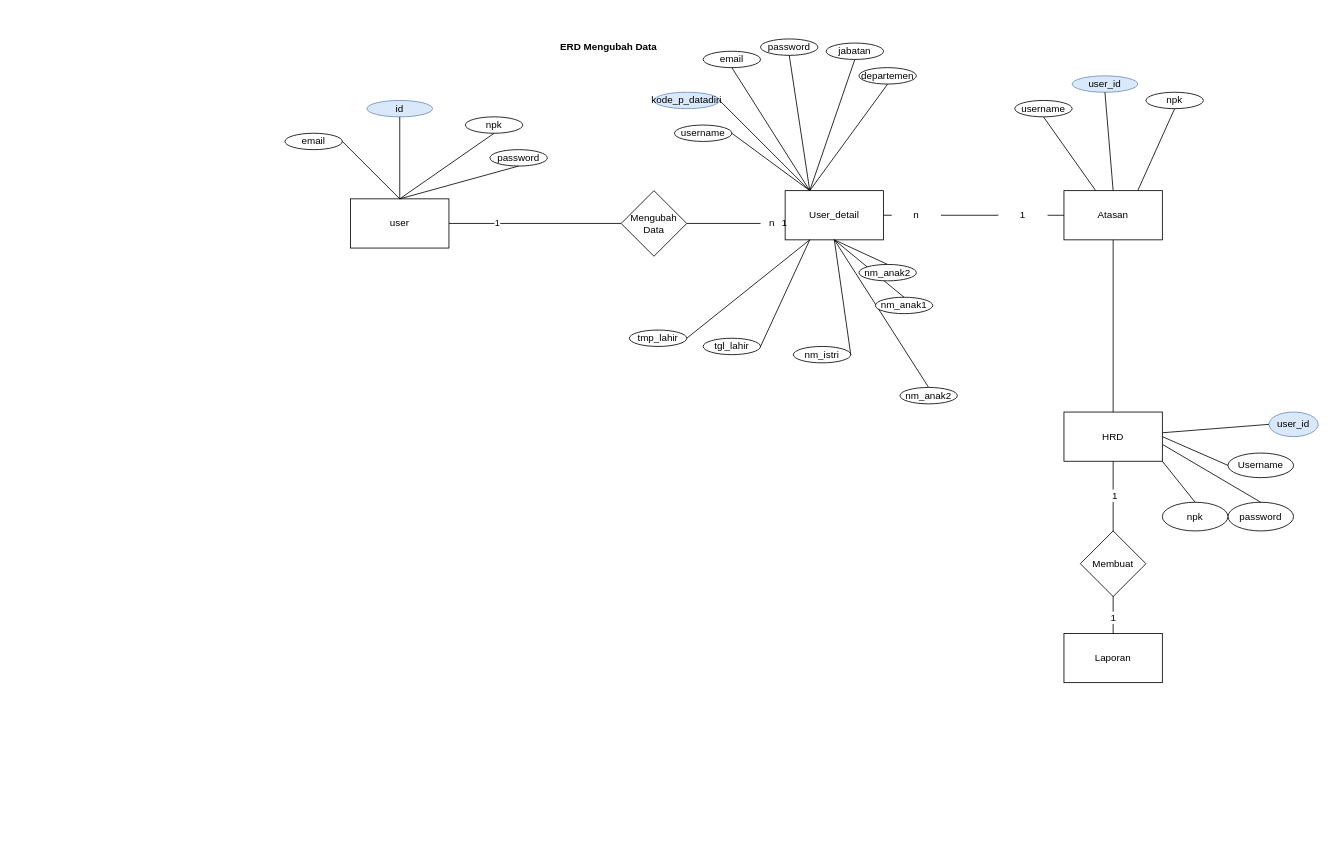
Earlier version of the draw.io diagram page "ERD" (2 of 6) of ERDS1AR/ERD S1AR.drawio (magang-aiia/ERD-Diagram). Source tidied: cells renumbered, new cells numbered last; positions are measured from the earlier drawing's top-left corner, leaving out a move shared by most shapes. Both pictures are drawn from the tidied source at 82%, with x=0, y=0 at pixel (285, 34).
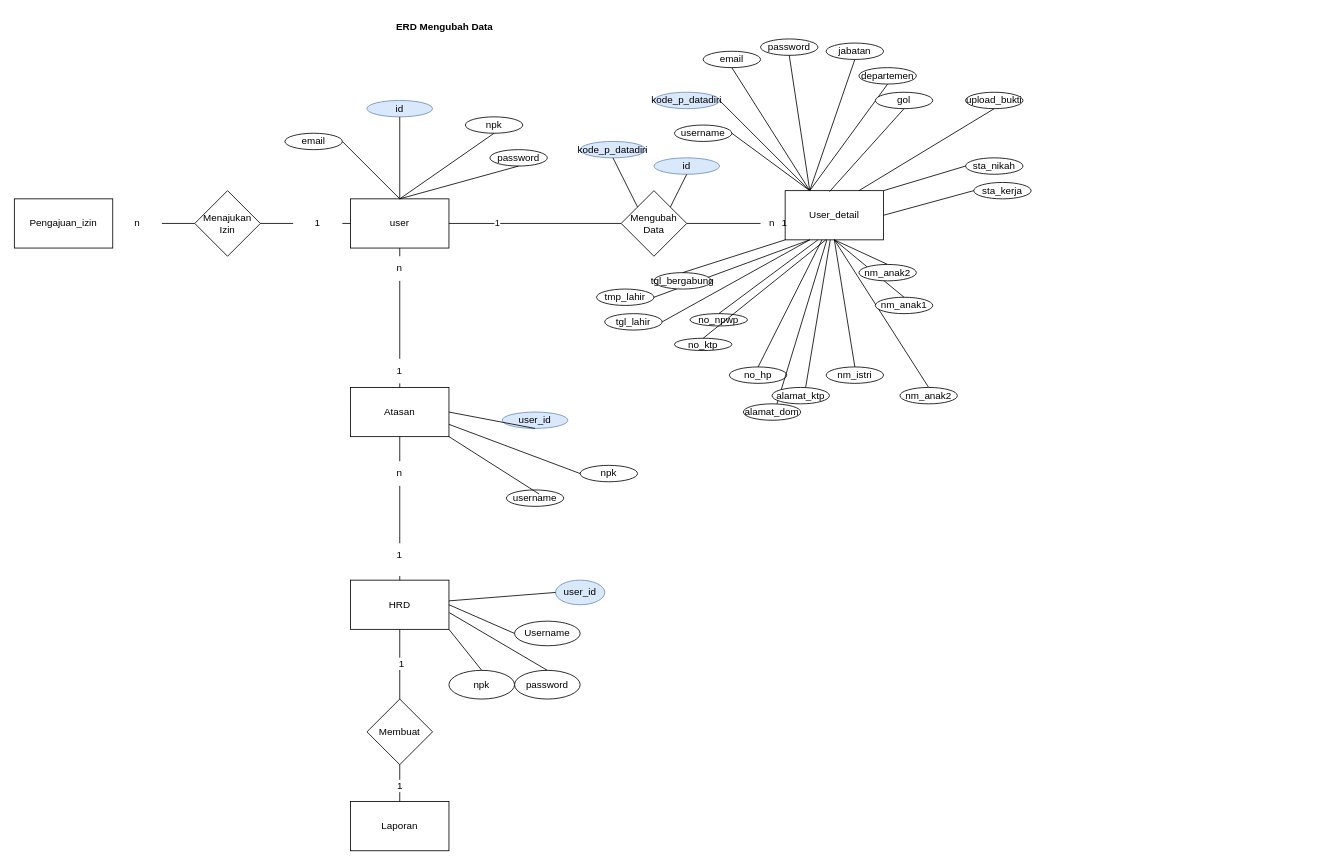
Above is the later version.

The change refers to these unchanged cells:
```xml
<mxCell id="2" value="User_detail" style="rounded=0;whiteSpace=wrap;html=1;" parent="1" vertex="1">
  <mxGeometry x="610" y="190" width="120" height="60" as="geometry" />
</mxCell>
<mxCell id="3" value="user" style="rounded=0;whiteSpace=wrap;html=1;" parent="1" vertex="1">
  <mxGeometry x="80" y="200" width="120" height="60" as="geometry" />
</mxCell>
<mxCell id="4" value="Mengubah Data" style="rhombus;whiteSpace=wrap;html=1;" parent="1" vertex="1">
  <mxGeometry x="410" y="190" width="80" height="80" as="geometry" />
</mxCell>
<mxCell id="47" style="endArrow=none;html=1;rounded=0;fontSize=12;entryX=0.5;entryY=1;entryDx=0;entryDy=0;" parent="1" edge="1" source="46" target="39">
  <mxGeometry relative="1" as="geometry" />
</mxCell>
```

The edit, as a diff of the source:
```diff
@@
     <mxCell id="25" value="nm_istri" style="ellipse;whiteSpace=wrap;html=1;" parent="1" vertex="1">
-      <mxGeometry x="620" y="380" width="70" height="20" as="geometry" />
+      <mxGeometry x="660" y="405" width="70" height="20" as="geometry" />
     </mxCell>
-    <mxCell id="26" style="endArrow=none;html=1;rounded=0;exitX=1;exitY=0.5;exitDx=0;exitDy=0;entryX=0.5;entryY=1;entryDx=0;entryDy=0;" parent="1" edge="1" source="25" target="2">
+    <mxCell id="26" style="endArrow=none;html=1;rounded=0;exitX=0.5;exitY=0;exitDx=0;exitDy=0;entryX=0.5;entryY=1;entryDx=0;entryDy=0;" parent="1" edge="1" source="25" target="2">
       <mxGeometry relative="1" as="geometry" />
     </mxCell>
     <mxCell id="27" value="tgl_lahir" style="ellipse;whiteSpace=wrap;html=1;" parent="1" vertex="1">
-      <mxGeometry x="510" y="370" width="70" height="20" as="geometry" />
+      <mxGeometry x="390" y="340" width="70" height="20" as="geometry" />
     </mxCell>
@@
     <mxCell id="29" value="tmp_lahir" style="ellipse;whiteSpace=wrap;html=1;" parent="1" vertex="1">
-      <mxGeometry x="420" y="360" width="70" height="20" as="geometry" />
+      <mxGeometry x="380" y="310" width="70" height="20" as="geometry" />
     </mxCell>
@@
+    <mxCell id="51" value="&lt;b&gt;ERD Mengubah Data&lt;/b&gt;" style="text;html=1;strokeColor=none;fillColor=none;align=center;verticalAlign=middle;whiteSpace=wrap;rounded=0;fontSize=12;" parent="1" vertex="1">
+      <mxGeometry x="110" y="-25" width="170" height="30" as="geometry" />
+    </mxCell>
+    <mxCell id="52" value="n" style="text;html=1;strokeColor=none;fillColor=none;align=center;verticalAlign=middle;whiteSpace=wrap;rounded=0;fontSize=12;" parent="1" vertex="1">
+      <mxGeometry x="564" y="215" width="60" height="30" as="geometry" />
+    </mxCell>
+    <mxCell id="64" value="password" style="ellipse;whiteSpace=wrap;html=1;" parent="1" vertex="1">
+      <mxGeometry x="250" y="140" width="70" height="20" as="geometry" />
+    </mxCell>
+    <mxCell id="65" style="endArrow=none;html=1;rounded=0;exitX=0.5;exitY=0;exitDx=0;exitDy=0;entryX=0.5;entryY=1;entryDx=0;entryDy=0;" parent="1" edge="1" source="3" target="64">
+      <mxGeometry relative="1" as="geometry" />
+    </mxCell>
+    <mxCell id="71" value="no_hp" style="ellipse;whiteSpace=wrap;html=1;" parent="1" vertex="1">
+      <mxGeometry x="542" y="405" width="70" height="20" as="geometry" />
+    </mxCell>
+    <mxCell id="72" style="endArrow=none;html=1;rounded=0;exitX=0.5;exitY=0;exitDx=0;exitDy=0;" parent="1" edge="1" source="71" target="2">
+      <mxGeometry relative="1" as="geometry" />
+    </mxCell>
+    <mxCell id="73" value="alamat_dom" style="ellipse;whiteSpace=wrap;html=1;" parent="1" vertex="1">
+      <mxGeometry x="559" y="450" width="70" height="20" as="geometry" />
+    </mxCell>
+    <mxCell id="74" style="endArrow=none;html=1;rounded=0;" parent="1" edge="1" target="2">
+      <mxGeometry relative="1" as="geometry">
+        <mxPoint x="600" y="450" as="sourcePoint" />
+      </mxGeometry>
+    </mxCell>
+    <mxCell id="75" value="alamat_ktp" style="ellipse;whiteSpace=wrap;html=1;" parent="1" vertex="1">
+      <mxGeometry x="594" y="430" width="70" height="20" as="geometry" />
+    </mxCell>
+    <mxCell id="76" style="endArrow=none;html=1;rounded=0;" parent="1" edge="1" target="2">
+      <mxGeometry relative="1" as="geometry">
+        <mxPoint x="635" y="430" as="sourcePoint" />
+      </mxGeometry>
+    </mxCell>
+    <mxCell id="77" value="no_npwp" style="ellipse;whiteSpace=wrap;html=1;" parent="1" vertex="1">
+      <mxGeometry x="494" y="340" width="70" height="15" as="geometry" />
+    </mxCell>
+    <mxCell id="78" style="endArrow=none;html=1;rounded=0;exitX=0.5;exitY=0;exitDx=0;exitDy=0;" parent="1" edge="1" source="77">
+      <mxGeometry relative="1" as="geometry">
+        <mxPoint x="650" y="250" as="targetPoint" />
+      </mxGeometry>
+    </mxCell>
+    <mxCell id="79" value="no_ktp" style="ellipse;whiteSpace=wrap;html=1;" parent="1" vertex="1">
+      <mxGeometry x="475" y="370" width="70" height="15" as="geometry" />
+    </mxCell>
+    <mxCell id="80" style="endArrow=none;html=1;rounded=0;exitX=0.5;exitY=0;exitDx=0;exitDy=0;entryX=0.417;entryY=0.993;entryDx=0;entryDy=0;entryPerimeter=0;" parent="1" edge="1" source="79" target="2">
+      <mxGeometry relative="1" as="geometry" />
+    </mxCell>
     <mxCell id="39" value="HRD" style="rounded=0;whiteSpace=wrap;html=1;" parent="1" vertex="1">
-      <mxGeometry x="950" y="460" width="120" height="60" as="geometry" />
+      <mxGeometry x="80" y="665" width="120" height="60" as="geometry" />
     </mxCell>
     <mxCell id="40" value="Username" style="ellipse;whiteSpace=wrap;html=1;fontSize=12;" parent="1" vertex="1">
-      <mxGeometry x="1150" y="510" width="80" height="30" as="geometry" />
+      <mxGeometry x="280" y="715" width="80" height="30" as="geometry" />
     </mxCell>
     <mxCell id="41" value="user_id" style="ellipse;whiteSpace=wrap;html=1;fontSize=12;fillColor=#dae8fc;strokeColor=#6c8ebf;" parent="1" vertex="1">
-      <mxGeometry x="1200" y="460" width="60" height="30" as="geometry" />
+      <mxGeometry x="330" y="665" width="60" height="30" as="geometry" />
     </mxCell>
     <mxCell id="42" value="password" style="ellipse;whiteSpace=wrap;html=1;fontSize=12;" parent="1" vertex="1">
-      <mxGeometry x="1150" y="570" width="80" height="35" as="geometry" />
+      <mxGeometry x="280" y="775" width="80" height="35" as="geometry" />
     </mxCell>
@@
     <mxCell id="46" value="Laporan" style="rounded=0;whiteSpace=wrap;html=1;fontSize=12;" parent="1" vertex="1">
-      <mxGeometry x="950" y="730" width="120" height="60" as="geometry" />
+      <mxGeometry x="80" y="935" width="120" height="60" as="geometry" />
     </mxCell>
@@
-    <mxCell id="48" value="1" style="edgeLabel;html=1;align=center;verticalAlign=middle;fontSize=12;" parent="47" vertex="1">
-      <mxGeometry x="0.61" y="-1" relative="1" as="geometry" />
-    </mxCell>
-    <mxCell id="49" value="1" style="edgeLabel;html=1;align=center;verticalAlign=middle;fontSize=12;" parent="47" vertex="1">
-      <mxGeometry x="-0.81" y="1" relative="1" as="geometry" />
-    </mxCell>
+    <mxCell id="81" value="1" style="edgeLabel;html=1;align=center;verticalAlign=middle;fontSize=12;" parent="47" vertex="1">
+      <mxGeometry x="0.61" y="-1" relative="1" as="geometry" />
+    </mxCell>
+    <mxCell id="82" value="1" style="edgeLabel;html=1;align=center;verticalAlign=middle;fontSize=12;" parent="47" vertex="1">
+      <mxGeometry x="-0.81" y="1" relative="1" as="geometry" />
+    </mxCell>
     <mxCell id="50" value="Membuat" style="rhombus;whiteSpace=wrap;html=1;fontSize=12;" parent="1" vertex="1">
-      <mxGeometry x="970" y="605" width="80" height="80" as="geometry" />
+      <mxGeometry x="100" y="810" width="80" height="80" as="geometry" />
     </mxCell>
-    <mxCell id="51" value="&lt;b&gt;ERD Mengubah Data&lt;/b&gt;" style="text;html=1;strokeColor=none;fillColor=none;align=center;verticalAlign=middle;whiteSpace=wrap;rounded=0;fontSize=12;" parent="1" vertex="1">
-      <mxGeometry x="310" width="170" height="30" as="geometry" />
-    </mxCell>
-    <mxCell id="52" value="n" style="text;html=1;strokeColor=none;fillColor=none;align=center;verticalAlign=middle;whiteSpace=wrap;rounded=0;fontSize=12;" parent="1" vertex="1">
-      <mxGeometry x="564" y="215" width="60" height="30" as="geometry" />
-    </mxCell>
@@
     <mxCell id="54" value="Atasan" style="rounded=0;whiteSpace=wrap;html=1;fontSize=12;" parent="1" vertex="1">
-      <mxGeometry x="950" y="190" width="120" height="60" as="geometry" />
+      <mxGeometry x="80" y="430" width="120" height="60" as="geometry" />
     </mxCell>
-    <mxCell id="55" style="endArrow=none;html=1;rounded=0;fontSize=12;exitX=1;exitY=0.5;exitDx=0;exitDy=0;startArrow=none;" parent="1" edge="1" source="62" target="54">
-      <mxGeometry relative="1" as="geometry" />
-    </mxCell>
     <mxCell id="56" value="username" style="ellipse;whiteSpace=wrap;html=1;" parent="1" vertex="1">
-      <mxGeometry x="890" y="80" width="70" height="20" as="geometry" />
+      <mxGeometry x="270" y="555" width="70" height="20" as="geometry" />
     </mxCell>
     <mxCell id="57" value="user_id" style="ellipse;whiteSpace=wrap;html=1;fillColor=#dae8fc;strokeColor=#6c8ebf;" parent="1" vertex="1">
-      <mxGeometry x="960" y="50" width="80" height="20" as="geometry" />
+      <mxGeometry x="265" y="460" width="80" height="20" as="geometry" />
     </mxCell>
     <mxCell id="58" value="npk" style="ellipse;whiteSpace=wrap;html=1;" parent="1" vertex="1">
-      <mxGeometry x="1050" y="70" width="70" height="20" as="geometry" />
+      <mxGeometry x="360" y="525" width="70" height="20" as="geometry" />
     </mxCell>
-    <mxCell id="59" style="endArrow=none;html=1;rounded=0;fontSize=12;entryX=0.5;entryY=1;entryDx=0;entryDy=0;" parent="1" edge="1" source="54" target="56">
-      <mxGeometry relative="1" as="geometry" />
-    </mxCell>
+    <mxCell id="83" style="endArrow=none;html=1;rounded=0;fontSize=12;exitX=1;exitY=1;exitDx=0;exitDy=0;" parent="1" edge="1" source="54">
+      <mxGeometry relative="1" as="geometry">
+        <mxPoint x="310" y="560" as="targetPoint" />
+      </mxGeometry>
+    </mxCell>
-    <mxCell id="60" style="endArrow=none;html=1;rounded=0;fontSize=12;entryX=0.5;entryY=1;entryDx=0;entryDy=0;exitX=0.5;exitY=0;exitDx=0;exitDy=0;" parent="1" edge="1" source="54" target="57">
+    <mxCell id="60" style="endArrow=none;html=1;rounded=0;fontSize=12;entryX=0.5;entryY=1;entryDx=0;entryDy=0;exitX=1;exitY=0.5;exitDx=0;exitDy=0;" parent="1" edge="1" source="54" target="57">
       <mxGeometry relative="1" as="geometry" />
     </mxCell>
-    <mxCell id="61" style="endArrow=none;html=1;rounded=0;fontSize=12;entryX=0.5;entryY=1;entryDx=0;entryDy=0;exitX=0.75;exitY=0;exitDx=0;exitDy=0;" parent="1" edge="1" source="54" target="58">
+    <mxCell id="61" style="endArrow=none;html=1;rounded=0;fontSize=12;exitX=1;exitY=0.75;exitDx=0;exitDy=0;entryX=0;entryY=0.5;entryDx=0;entryDy=0;" parent="1" edge="1" source="54" target="58">
       <mxGeometry relative="1" as="geometry" />
     </mxCell>
-    <mxCell id="62" value="1" style="text;html=1;strokeColor=none;fillColor=none;align=center;verticalAlign=middle;whiteSpace=wrap;rounded=0;" parent="1" vertex="1">
-      <mxGeometry x="870" y="205" width="60" height="30" as="geometry" />
-    </mxCell>
-    <mxCell id="63" style="endArrow=none;html=1;rounded=0;fontSize=12;exitX=1;exitY=0.5;exitDx=0;exitDy=0;startArrow=none;" parent="1" edge="1" source="66" target="62">
-      <mxGeometry relative="1" as="geometry" />
-    </mxCell>
-    <mxCell id="64" value="password" style="ellipse;whiteSpace=wrap;html=1;" parent="1" vertex="1">
-      <mxGeometry x="250" y="140" width="70" height="20" as="geometry" />
-    </mxCell>
-    <mxCell id="65" style="endArrow=none;html=1;rounded=0;exitX=0.5;exitY=0;exitDx=0;exitDy=0;entryX=0.5;entryY=1;entryDx=0;entryDy=0;" parent="1" edge="1" source="3" target="64">
-      <mxGeometry relative="1" as="geometry" />
-    </mxCell>
-    <mxCell id="66" value="n" style="text;html=1;strokeColor=none;fillColor=none;align=center;verticalAlign=middle;whiteSpace=wrap;rounded=0;" parent="1" vertex="1">
-      <mxGeometry x="740" y="205" width="60" height="30" as="geometry" />
-    </mxCell>
-    <mxCell id="67" style="endArrow=none;html=1;rounded=0;fontSize=12;exitX=1;exitY=0.5;exitDx=0;exitDy=0;" parent="1" edge="1" source="2" target="66">
-      <mxGeometry relative="1" as="geometry" />
-    </mxCell>
     <mxCell id="68" value="npk" style="ellipse;whiteSpace=wrap;html=1;fontSize=12;" parent="1" vertex="1">
-      <mxGeometry x="1070" y="570" width="80" height="35" as="geometry" />
+      <mxGeometry x="200" y="775" width="80" height="35" as="geometry" />
     </mxCell>
@@
-    <mxCell id="70" style="endArrow=none;html=1;rounded=0;entryX=0.5;entryY=1;entryDx=0;entryDy=0;" parent="1" edge="1" source="39" target="54">
-      <mxGeometry relative="1" as="geometry" />
-    </mxCell>
+    <mxCell id="84" style="endArrow=none;html=1;rounded=0;entryX=0.5;entryY=1;entryDx=0;entryDy=0;startArrow=none;" parent="1" edge="1" source="85" target="54">
+      <mxGeometry relative="1" as="geometry" />
+    </mxCell>
+    <mxCell id="85" value="n" style="text;html=1;strokeColor=none;fillColor=none;align=center;verticalAlign=middle;whiteSpace=wrap;rounded=0;" parent="1" vertex="1">
+      <mxGeometry x="110" y="520" width="60" height="30" as="geometry" />
+    </mxCell>
+    <mxCell id="86" style="endArrow=none;html=1;rounded=0;entryX=0.5;entryY=1;entryDx=0;entryDy=0;startArrow=none;" parent="1" edge="1" source="87" target="85">
+      <mxGeometry relative="1" as="geometry" />
+    </mxCell>
+    <mxCell id="87" value="1" style="text;html=1;strokeColor=none;fillColor=none;align=center;verticalAlign=middle;whiteSpace=wrap;rounded=0;" parent="1" vertex="1">
+      <mxGeometry x="110" y="620" width="60" height="30" as="geometry" />
+    </mxCell>
+    <mxCell id="88" style="endArrow=none;html=1;rounded=0;entryX=0.5;entryY=1;entryDx=0;entryDy=0;" parent="1" edge="1" source="39">
+      <mxGeometry relative="1" as="geometry">
+        <mxPoint x="140" y="660" as="targetPoint" />
+      </mxGeometry>
+    </mxCell>
+    <mxCell id="89" style="endArrow=none;html=1;rounded=0;entryX=0.5;entryY=1;entryDx=0;entryDy=0;exitX=0.5;exitY=0;exitDx=0;exitDy=0;startArrow=none;" parent="1" edge="1" source="90" target="3">
+      <mxGeometry relative="1" as="geometry" />
+    </mxCell>
+    <mxCell id="90" value="n" style="text;html=1;strokeColor=none;fillColor=none;align=center;verticalAlign=middle;whiteSpace=wrap;rounded=0;" parent="1" vertex="1">
+      <mxGeometry x="110" y="270" width="60" height="30" as="geometry" />
+    </mxCell>
+    <mxCell id="91" style="endArrow=none;html=1;rounded=0;entryX=0.5;entryY=1;entryDx=0;entryDy=0;exitX=0.5;exitY=0;exitDx=0;exitDy=0;startArrow=none;" parent="1" edge="1" source="92" target="90">
+      <mxGeometry relative="1" as="geometry" />
+    </mxCell>
+    <mxCell id="92" value="1" style="text;html=1;strokeColor=none;fillColor=none;align=center;verticalAlign=middle;whiteSpace=wrap;rounded=0;" parent="1" vertex="1">
+      <mxGeometry x="110" y="395" width="60" height="30" as="geometry" />
+    </mxCell>
+    <mxCell id="93" style="endArrow=none;html=1;rounded=0;entryX=0.5;entryY=1;entryDx=0;entryDy=0;exitX=0.5;exitY=0;exitDx=0;exitDy=0;" parent="1" edge="1" source="54" target="92">
+      <mxGeometry relative="1" as="geometry" />
+    </mxCell>
+    <mxCell id="94" value="kode_p_datadiri" style="ellipse;whiteSpace=wrap;html=1;fillColor=#dae8fc;strokeColor=#6c8ebf;" parent="1" vertex="1">
+      <mxGeometry x="360" y="130" width="80" height="20" as="geometry" />
+    </mxCell>
+    <mxCell id="95" value="id" style="ellipse;whiteSpace=wrap;html=1;fillColor=#dae8fc;strokeColor=#6c8ebf;" parent="1" vertex="1">
+      <mxGeometry x="450" y="150" width="80" height="20" as="geometry" />
+    </mxCell>
+    <mxCell id="96" style="endArrow=none;html=1;rounded=0;entryX=0.5;entryY=1;entryDx=0;entryDy=0;exitX=0;exitY=0;exitDx=0;exitDy=0;" parent="1" edge="1" source="4" target="94">
+      <mxGeometry relative="1" as="geometry" />
+    </mxCell>
+    <mxCell id="97" style="endArrow=none;html=1;rounded=0;entryX=0.5;entryY=1;entryDx=0;entryDy=0;exitX=1;exitY=0;exitDx=0;exitDy=0;" parent="1" edge="1" source="4" target="95">
+      <mxGeometry relative="1" as="geometry" />
+    </mxCell>
+    <mxCell id="98" value="Pengajuan_izin" style="rounded=0;whiteSpace=wrap;html=1;" parent="1" vertex="1">
+      <mxGeometry x="-330" y="200" width="120" height="60" as="geometry" />
+    </mxCell>
+    <mxCell id="99" style="endArrow=none;html=1;rounded=0;entryX=0;entryY=0.5;entryDx=0;entryDy=0;exitX=1;exitY=0.5;exitDx=0;exitDy=0;startArrow=none;" parent="1" edge="1" source="102" target="3">
+      <mxGeometry relative="1" as="geometry" />
+    </mxCell>
+    <mxCell id="100" value="Menajukan Izin" style="rhombus;whiteSpace=wrap;html=1;" parent="1" vertex="1">
+      <mxGeometry x="-110" y="190" width="80" height="80" as="geometry" />
+    </mxCell>
+    <mxCell id="101" style="endArrow=none;html=1;rounded=0;entryX=0;entryY=0.5;entryDx=0;entryDy=0;exitX=1;exitY=0.5;exitDx=0;exitDy=0;startArrow=none;" parent="1" edge="1" source="104" target="100">
+      <mxGeometry relative="1" as="geometry" />
+    </mxCell>
+    <mxCell id="102" value="1" style="text;html=1;strokeColor=none;fillColor=none;align=center;verticalAlign=middle;whiteSpace=wrap;rounded=0;" parent="1" vertex="1">
+      <mxGeometry x="10" y="215" width="60" height="30" as="geometry" />
+    </mxCell>
+    <mxCell id="103" style="endArrow=none;html=1;rounded=0;entryX=0;entryY=0.5;entryDx=0;entryDy=0;exitX=1;exitY=0.5;exitDx=0;exitDy=0;startArrow=none;" parent="1" edge="1" source="100" target="102">
+      <mxGeometry relative="1" as="geometry" />
+    </mxCell>
+    <mxCell id="104" value="n" style="text;html=1;strokeColor=none;fillColor=none;align=center;verticalAlign=middle;whiteSpace=wrap;rounded=0;" parent="1" vertex="1">
+      <mxGeometry x="-210" y="215" width="60" height="30" as="geometry" />
+    </mxCell>
+    <mxCell id="105" style="endArrow=none;html=1;rounded=0;entryX=0;entryY=0.5;entryDx=0;entryDy=0;exitX=1;exitY=0.5;exitDx=0;exitDy=0;" parent="1" edge="1" source="98" target="104">
+      <mxGeometry relative="1" as="geometry" />
+    </mxCell>
+    <mxCell id="106" value="upload_bukti" style="ellipse;whiteSpace=wrap;html=1;" parent="1" vertex="1">
+      <mxGeometry x="830" y="70" width="70" height="20" as="geometry" />
+    </mxCell>
+    <mxCell id="107" style="endArrow=none;html=1;rounded=0;entryX=0.5;entryY=1;entryDx=0;entryDy=0;exitX=0.75;exitY=0;exitDx=0;exitDy=0;" parent="1" edge="1" source="2" target="106">
+      <mxGeometry relative="1" as="geometry" />
+    </mxCell>
+    <mxCell id="108" value="gol" style="ellipse;whiteSpace=wrap;html=1;" parent="1" vertex="1">
+      <mxGeometry x="720" y="70" width="70" height="20" as="geometry" />
+    </mxCell>
+    <mxCell id="109" style="endArrow=none;html=1;rounded=0;entryX=0.5;entryY=1;entryDx=0;entryDy=0;exitX=0.451;exitY=0.019;exitDx=0;exitDy=0;exitPerimeter=0;" parent="1" edge="1" source="2" target="108">
+      <mxGeometry relative="1" as="geometry" />
+    </mxCell>
+    <mxCell id="110" value="sta_nikah" style="ellipse;whiteSpace=wrap;html=1;" parent="1" vertex="1">
+      <mxGeometry x="830" y="150" width="70" height="20" as="geometry" />
+    </mxCell>
+    <mxCell id="111" value="sta_kerja" style="ellipse;whiteSpace=wrap;html=1;" parent="1" vertex="1">
+      <mxGeometry x="840" y="180" width="70" height="20" as="geometry" />
+    </mxCell>
+    <mxCell id="112" value="tgl_bergabung" style="ellipse;whiteSpace=wrap;html=1;" parent="1" vertex="1">
+      <mxGeometry x="450" y="290" width="70" height="20" as="geometry" />
+    </mxCell>
+    <mxCell id="113" style="endArrow=none;html=1;rounded=0;entryX=0;entryY=1;entryDx=0;entryDy=0;exitX=0.5;exitY=0;exitDx=0;exitDy=0;" parent="1" edge="1" source="112" target="2">
+      <mxGeometry relative="1" as="geometry" />
+    </mxCell>
+    <mxCell id="114" style="endArrow=none;html=1;rounded=0;entryX=0;entryY=0.5;entryDx=0;entryDy=0;exitX=1;exitY=0;exitDx=0;exitDy=0;" parent="1" edge="1" source="2" target="110">
+      <mxGeometry relative="1" as="geometry" />
+    </mxCell>
+    <mxCell id="115" style="endArrow=none;html=1;rounded=0;entryX=0;entryY=0.5;entryDx=0;entryDy=0;exitX=1;exitY=0.5;exitDx=0;exitDy=0;" parent="1" edge="1" source="2" target="111">
+      <mxGeometry relative="1" as="geometry" />
+    </mxCell>
```
